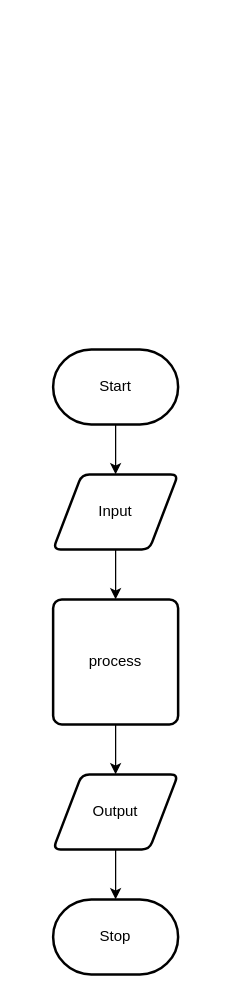
This is design/flow-chart.drawio from ashley-monaghan/ICS2OR-Unit-3-02, a draw.io file, before an edit. Source tidied: cells renumbered, new cells numbered last; positions are measured from the earlier drawing's top-left corner, leaving out a move shared by most shapes. Both pictures are drawn from the tidied source at 125%, with x=0, y=0 at pixel (52, 349).
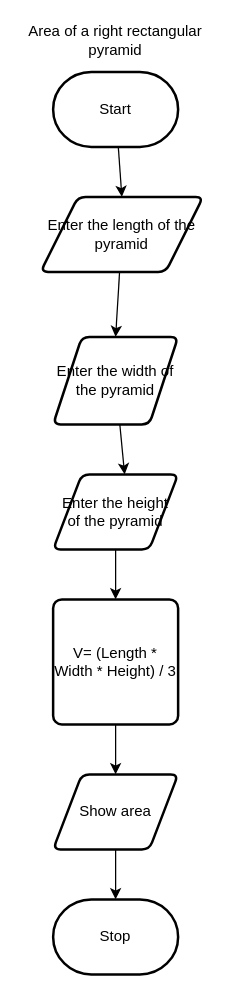
The same page after the edit.

Commit message (it also covers changes not shown here):
Added storyboard and flowchart

What changed in the source:
```diff
@@
 <mxGraphModel>
   <root>
     <mxCell id="0" />
     <mxCell id="1" parent="0" />
-    <mxCell id="2" style="edgeStyle=none;html=1;" parent="1" edge="1" source="3" target="5">
+    <mxCell id="2" style="edgeStyle=none;html=1;entryX=0.5;entryY=0;entryDx=0;entryDy=0;" parent="1" edge="1" source="3" target="12">
       <mxGeometry relative="1" as="geometry" />
     </mxCell>
     <mxCell id="3" value="Start" style="strokeWidth=2;html=1;shape=mxgraph.flowchart.terminator;whiteSpace=wrap;" parent="1" vertex="1">
-      <mxGeometry width="100" height="60" as="geometry" />
+      <mxGeometry y="-222" width="100" height="60" as="geometry" />
     </mxCell>
     <mxCell id="4" style="edgeStyle=none;html=1;" parent="1" edge="1" source="5" target="7">
       <mxGeometry relative="1" as="geometry" />
     </mxCell>
-    <mxCell id="5" value="Input" style="shape=parallelogram;html=1;strokeWidth=2;perimeter=parallelogramPerimeter;whiteSpace=wrap;rounded=1;arcSize=12;size=0.23;" parent="1" vertex="1">
+    <mxCell id="5" value="Enter the height of the pyramid" style="shape=parallelogram;html=1;strokeWidth=2;perimeter=parallelogramPerimeter;whiteSpace=wrap;rounded=1;arcSize=12;size=0.23;" parent="1" vertex="1">
       <mxGeometry y="100" width="100" height="60" as="geometry" />
     </mxCell>
     <mxCell id="6" style="edgeStyle=none;html=1;" parent="1" edge="1" source="7" target="9">
       <mxGeometry relative="1" as="geometry" />
     </mxCell>
-    <mxCell id="7" value="process" style="rounded=1;whiteSpace=wrap;html=1;absoluteArcSize=1;arcSize=14;strokeWidth=2;" parent="1" vertex="1">
+    <mxCell id="7" value="V= (Length * Width * Height) / 3" style="rounded=1;whiteSpace=wrap;html=1;absoluteArcSize=1;arcSize=14;strokeWidth=2;" parent="1" vertex="1">
       <mxGeometry y="200" width="100" height="100" as="geometry" />
     </mxCell>
     <mxCell id="8" style="edgeStyle=none;html=1;" parent="1" edge="1" source="9" target="10">
       <mxGeometry relative="1" as="geometry" />
     </mxCell>
-    <mxCell id="9" value="Output" style="shape=parallelogram;html=1;strokeWidth=2;perimeter=parallelogramPerimeter;whiteSpace=wrap;rounded=1;arcSize=12;size=0.23;" parent="1" vertex="1">
+    <mxCell id="9" value="Show area" style="shape=parallelogram;html=1;strokeWidth=2;perimeter=parallelogramPerimeter;whiteSpace=wrap;rounded=1;arcSize=12;size=0.23;" parent="1" vertex="1">
       <mxGeometry y="340" width="100" height="60" as="geometry" />
     </mxCell>
     <mxCell id="10" value="Stop" style="strokeWidth=2;html=1;shape=mxgraph.flowchart.terminator;whiteSpace=wrap;" parent="1" vertex="1">
       <mxGeometry y="440" width="100" height="60" as="geometry" />
     </mxCell>
+    <mxCell id="11" style="edgeStyle=none;html=1;entryX=0.5;entryY=0;entryDx=0;entryDy=0;" parent="1" edge="1" source="12" target="14">
+      <mxGeometry relative="1" as="geometry" />
+    </mxCell>
+    <mxCell id="12" value="Enter the length of the pyramid" style="shape=parallelogram;html=1;strokeWidth=2;perimeter=parallelogramPerimeter;whiteSpace=wrap;rounded=1;arcSize=12;size=0.23;" parent="1" vertex="1">
+      <mxGeometry x="-10" y="-122" width="130" height="60" as="geometry" />
+    </mxCell>
+    <mxCell id="13" style="edgeStyle=none;html=1;entryX=0.572;entryY=0;entryDx=0;entryDy=0;entryPerimeter=0;" parent="1" edge="1" source="14" target="5">
+      <mxGeometry relative="1" as="geometry" />
+    </mxCell>
+    <mxCell id="14" value="Enter the width of the pyramid" style="shape=parallelogram;html=1;strokeWidth=2;perimeter=parallelogramPerimeter;whiteSpace=wrap;rounded=1;arcSize=12;size=0.23;" parent="1" vertex="1">
+      <mxGeometry y="-10" width="100" height="70" as="geometry" />
+    </mxCell>
+    <mxCell id="15" value="Area of a right rectangular pyramid" style="text;html=1;strokeColor=none;fillColor=none;align=center;verticalAlign=middle;whiteSpace=wrap;rounded=0;" parent="1" vertex="1">
+      <mxGeometry x="-25" y="-262" width="150" height="30" as="geometry" />
+    </mxCell>
   </root>
 </mxGraphModel>
```
